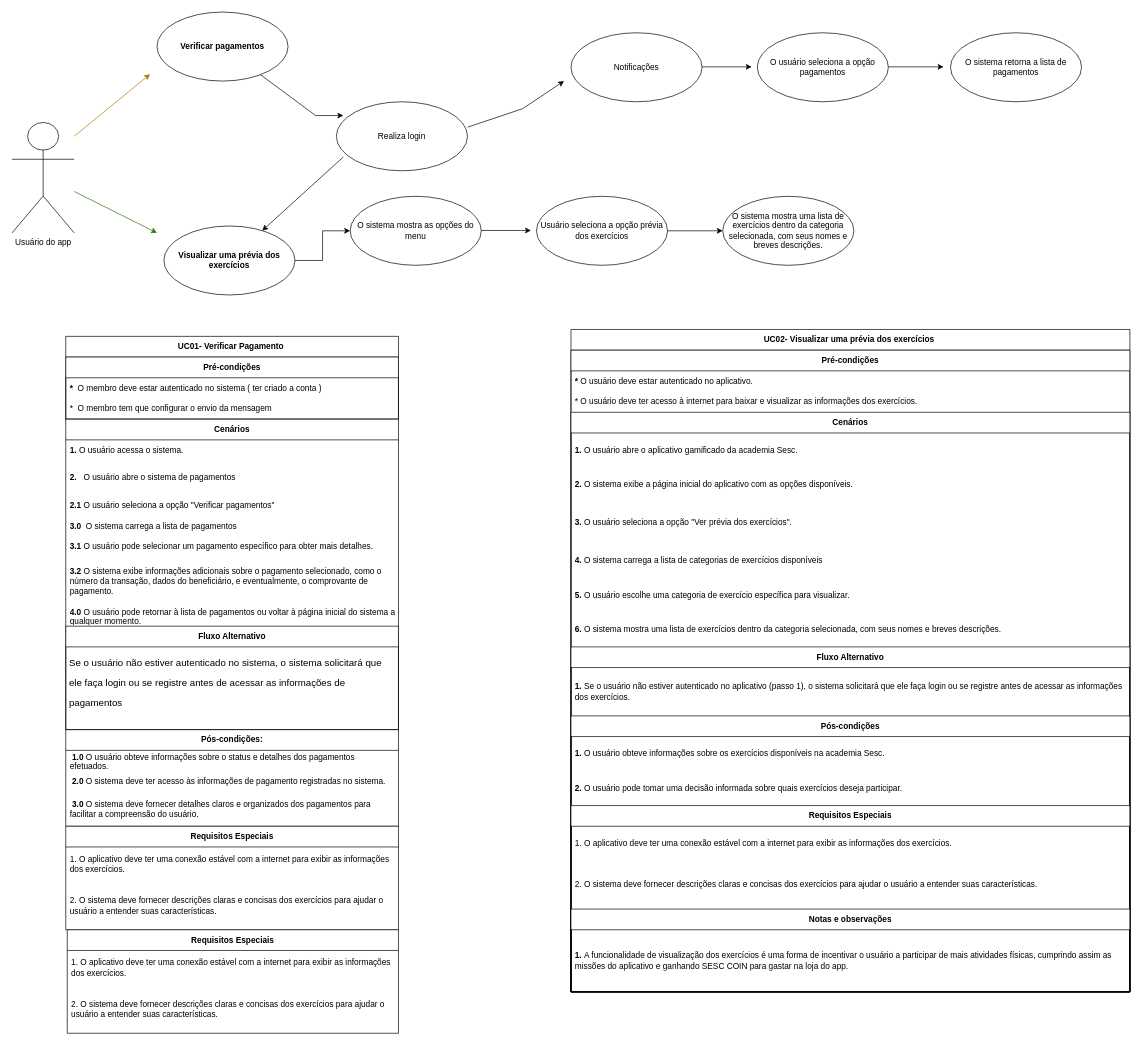
Above: Diagrama sem nome.drawio in AndyPdN/cadastro_academia (draw.io), before the change. Source tidied: cells renumbered, new cells numbered last; positions are measured from the earlier drawing's top-left corner, leaving out a move shared by most shapes. Both pictures are drawn from the tidied source at 69%, with x=0, y=0 at pixel (12, 12).
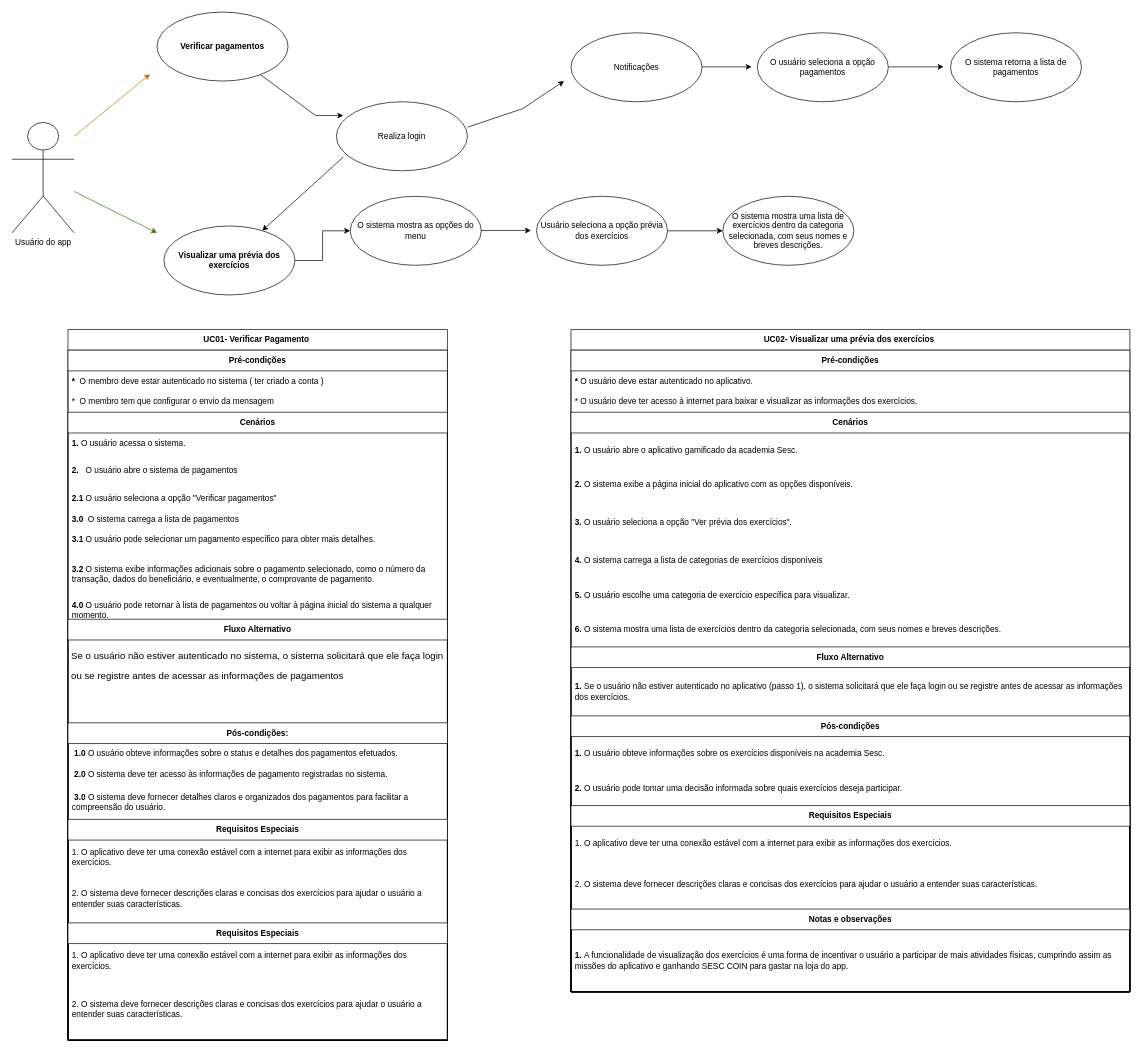
The same diagram, later.

The change refers to these unchanged cells:
```xml
<mxCell id="3" value="&lt;b&gt;Verificar pagamentos&lt;/b&gt;" style="ellipse;whiteSpace=wrap;html=1;" parent="1" vertex="1">
  <mxGeometry x="210" width="190" height="100" as="geometry" />
</mxCell>
<mxCell id="4" value="Realiza login" style="ellipse;whiteSpace=wrap;html=1;" parent="1" vertex="1">
  <mxGeometry x="470" y="130" width="190" height="100" as="geometry" />
</mxCell>
<mxCell id="9" value="O sistema mostra as opções do menu" style="ellipse;whiteSpace=wrap;html=1;" parent="1" vertex="1">
  <mxGeometry x="490" y="267" width="190" height="100" as="geometry" />
</mxCell>
```

What changed in the source:
```diff
@@
     <mxCell id="36" value="&lt;b&gt;UC01- Verificar Pagamento&amp;nbsp;&lt;/b&gt;" style="swimlane;fontStyle=0;horizontal=1;startSize=30;whiteSpace=wrap;html=1;" parent="1" vertex="1">
-      <mxGeometry x="77.8" y="470" width="482.2" height="120" as="geometry" />
+      <mxGeometry x="81" y="460" width="550" height="1030" as="geometry" />
     </mxCell>
     <mxCell id="37" value="&lt;b style=&quot;border-color: var(--border-color);&quot;&gt;Pré-condições&lt;/b&gt;" style="swimlane;fontStyle=0;horizontal=1;startSize=30;whiteSpace=wrap;html=1;align=center;" parent="36" vertex="1">
-      <mxGeometry y="30" width="482.2" height="90" as="geometry" />
+      <mxGeometry y="30" width="550" height="1000" as="geometry" />
     </mxCell>
     <mxCell id="38" value="&lt;b&gt;*&amp;nbsp; &lt;/b&gt;O membro deve estar autenticado no sistema ( ter criado a conta )" style="text;strokeColor=none;fillColor=none;align=left;verticalAlign=middle;spacingLeft=4;spacingRight=4;overflow=hidden;whiteSpace=wrap;html=1;" parent="37" vertex="1">
-      <mxGeometry y="30" width="482.2" height="30" as="geometry" />
+      <mxGeometry y="30" width="550" height="30" as="geometry" />
     </mxCell>
     <mxCell id="39" value="*&amp;nbsp; O membro tem que configurar o envio da mensagem" style="text;strokeColor=none;fillColor=none;align=left;verticalAlign=middle;spacingLeft=4;spacingRight=4;overflow=hidden;whiteSpace=wrap;html=1;" parent="37" vertex="1">
-      <mxGeometry y="60" width="482.2" height="30" as="geometry" />
+      <mxGeometry y="60" width="550" height="30" as="geometry" />
     </mxCell>
-    <mxCell id="40" style="endArrow=classic;html=1;rounded=0;entryX=0.053;entryY=0.2;entryDx=0;entryDy=0;entryPerimeter=0;" parent="1" edge="1" source="3" target="4">
-      <mxGeometry relative="1" as="geometry">
-        <Array as="points">
-          <mxPoint x="440" y="150" />
-        </Array>
-      </mxGeometry>
-    </mxCell>
-    <mxCell id="41" style="endArrow=classic;html=1;rounded=0;exitX=1.002;exitY=0.368;exitDx=0;exitDy=0;exitPerimeter=0;" parent="1" edge="1" source="4">
-      <mxGeometry relative="1" as="geometry">
-        <mxPoint x="800" y="100" as="targetPoint" />
-        <Array as="points">
-          <mxPoint x="740" y="140" />
-        </Array>
-      </mxGeometry>
-    </mxCell>
-    <mxCell id="42" value="&lt;b style=&quot;border-color: var(--border-color); text-align: left;&quot;&gt;Cenários&lt;/b&gt;" style="swimlane;fontStyle=0;horizontal=1;startSize=30;whiteSpace=wrap;html=1;" parent="1" vertex="1">
-      <mxGeometry x="77.8" y="590" width="482.2" height="450" as="geometry" />
+    <mxCell id="42" value="&lt;b style=&quot;border-color: var(--border-color); text-align: left;&quot;&gt;Cenários&lt;/b&gt;" style="swimlane;fontStyle=0;horizontal=1;startSize=30;whiteSpace=wrap;html=1;" parent="37" vertex="1">
+      <mxGeometry y="90" width="550" height="910" as="geometry" />
     </mxCell>
     <mxCell id="43" value="&lt;b&gt;1.&amp;nbsp;&lt;/b&gt;O usuário acessa o sistema." style="text;strokeColor=none;fillColor=none;align=left;verticalAlign=middle;spacingLeft=4;spacingRight=4;overflow=hidden;whiteSpace=wrap;html=1;" parent="42" vertex="1">
-      <mxGeometry y="30" width="482.2" height="30" as="geometry" />
+      <mxGeometry y="30" width="550" height="30" as="geometry" />
     </mxCell>
     <mxCell id="44" value="&lt;b&gt;2.&lt;/b&gt;&amp;nbsp; &amp;nbsp;O usuário abre o sistema de pagamentos" style="text;strokeColor=none;fillColor=none;align=left;verticalAlign=middle;spacingLeft=4;spacingRight=4;overflow=hidden;whiteSpace=wrap;html=1;" parent="42" vertex="1">
-      <mxGeometry y="60" width="482.2" height="50" as="geometry" />
+      <mxGeometry y="60" width="550" height="50" as="geometry" />
     </mxCell>
     <mxCell id="45" value="&lt;b&gt;2.1 &lt;/b&gt;O usuário seleciona a opção &quot;Verificar pagamentos&quot;" style="text;strokeColor=none;fillColor=none;align=left;verticalAlign=middle;spacingLeft=4;spacingRight=4;overflow=hidden;whiteSpace=wrap;html=1;" parent="42" vertex="1">
-      <mxGeometry y="110" width="482.2" height="30" as="geometry" />
+      <mxGeometry y="110" width="550" height="30" as="geometry" />
     </mxCell>
     <mxCell id="46" value="&lt;b&gt;3.0&amp;nbsp;&lt;/b&gt;&amp;nbsp;O sistema carrega a lista de pagamentos&amp;nbsp;" style="text;strokeColor=none;fillColor=none;align=left;verticalAlign=middle;spacingLeft=4;spacingRight=4;overflow=hidden;whiteSpace=wrap;html=1;" parent="42" vertex="1">
-      <mxGeometry y="140" width="482.2" height="30" as="geometry" />
+      <mxGeometry y="140" width="550" height="30" as="geometry" />
     </mxCell>
     <mxCell id="47" value="&lt;b&gt;3.1&amp;nbsp;&lt;/b&gt;O usuário pode selecionar um pagamento específico para obter mais detalhes." style="text;strokeColor=none;fillColor=none;align=left;verticalAlign=middle;spacingLeft=4;spacingRight=4;overflow=hidden;whiteSpace=wrap;html=1;" parent="42" vertex="1">
-      <mxGeometry y="170" width="482.2" height="30" as="geometry" />
+      <mxGeometry y="170" width="550" height="30" as="geometry" />
     </mxCell>
     <mxCell id="48" value="&lt;b&gt;3.2&lt;/b&gt;&amp;nbsp;O sistema exibe informações adicionais sobre o pagamento selecionado, como o número da transação, dados do beneficiário, e eventualmente, o comprovante de pagamento." style="text;strokeColor=none;fillColor=none;align=left;verticalAlign=middle;spacingLeft=4;spacingRight=4;overflow=hidden;whiteSpace=wrap;html=1;" parent="42" vertex="1">
-      <mxGeometry y="200" width="482.2" height="70" as="geometry" />
+      <mxGeometry y="200" width="550" height="70" as="geometry" />
     </mxCell>
     <mxCell id="49" value="&lt;b&gt;4.0&amp;nbsp;&lt;/b&gt;O usuário pode retornar à lista de pagamentos ou voltar à página inicial do sistema a qualquer momento." style="text;strokeColor=none;fillColor=none;align=left;verticalAlign=middle;spacingLeft=4;spacingRight=4;overflow=hidden;whiteSpace=wrap;html=1;" parent="42" vertex="1">
-      <mxGeometry y="270" width="482.2" height="30" as="geometry" />
+      <mxGeometry y="270" width="550" height="30" as="geometry" />
     </mxCell>
     <mxCell id="50" value="&lt;b&gt;Fluxo Alternativo&lt;/b&gt;" style="swimlane;fontStyle=0;horizontal=1;startSize=30;whiteSpace=wrap;html=1;" parent="42" vertex="1">
-      <mxGeometry y="300" width="482.2" height="150" as="geometry" />
+      <mxGeometry y="300" width="550" height="610" as="geometry" />
     </mxCell>
     <mxCell id="51" value="&lt;h1&gt;&lt;span style=&quot;font-weight: normal;&quot;&gt;&lt;font style=&quot;font-size: 14px;&quot;&gt;Se o usuário não estiver autenticado no sistema, o sistema solicitará que ele faça login ou se registre antes de acessar as informações de pagamentos&lt;/font&gt;&lt;/span&gt;&lt;br&gt;&lt;/h1&gt;" style="text;html=1;strokeColor=none;fillColor=none;spacing=5;spacingTop=-20;whiteSpace=wrap;overflow=hidden;rounded=0;" parent="50" vertex="1">
-      <mxGeometry y="30" width="482.2" height="120" as="geometry" />
+      <mxGeometry y="30" width="550" height="120" as="geometry" />
     </mxCell>
-    <mxCell id="52" style="edgeStyle=orthogonalEdgeStyle;rounded=0;jettySize=auto;html=1;" parent="1" edge="1" source="55" target="9">
-      <mxGeometry relative="1" as="geometry" />
-    </mxCell>
-    <mxCell id="53" style="edgeStyle=orthogonalEdgeStyle;rounded=0;orthogonalLoop=1;jettySize=auto;html=1;" parent="1" edge="1">
-      <mxGeometry relative="1" as="geometry">
-        <mxPoint x="680" y="316.5" as="sourcePoint" />
-        <mxPoint x="752" y="316.5" as="targetPoint" />
-      </mxGeometry>
-    </mxCell>
-    <mxCell id="54" style="edgeStyle=orthogonalEdgeStyle;rounded=0;orthogonalLoop=1;jettySize=auto;html=1;" parent="1" edge="1">
-      <mxGeometry relative="1" as="geometry">
-        <mxPoint x="1000" y="79.4" as="sourcePoint" />
-        <mxPoint x="1072" y="79.4" as="targetPoint" />
-      </mxGeometry>
-    </mxCell>
-    <mxCell id="55" value="&lt;b style=&quot;border-color: var(--border-color);&quot;&gt;Visualizar uma prévia dos exercícios&lt;/b&gt;" style="ellipse;whiteSpace=wrap;html=1;" parent="1" vertex="1">
-      <mxGeometry x="220" y="310" width="190" height="100" as="geometry" />
-    </mxCell>
-    <mxCell id="56" style="endArrow=classic;html=1;rounded=0;exitX=0.053;exitY=0.8;exitDx=0;exitDy=0;exitPerimeter=0;" parent="1" edge="1" source="4" target="55">
-      <mxGeometry relative="1" as="geometry" />
-    </mxCell>
-    <mxCell id="57" value="&lt;b&gt;Pós-condições:&lt;/b&gt;" style="swimlane;fontStyle=0;horizontal=1;startSize=30;whiteSpace=wrap;html=1;" parent="1" vertex="1">
-      <mxGeometry x="77.8" y="1040" width="482.2" height="140" as="geometry" />
+    <mxCell id="57" value="&lt;b&gt;Pós-condições:&lt;/b&gt;" style="swimlane;fontStyle=0;horizontal=1;startSize=30;whiteSpace=wrap;html=1;" parent="50" vertex="1">
+      <mxGeometry y="150" width="550" height="460" as="geometry" />
     </mxCell>
     <mxCell id="58" value="&amp;nbsp;&lt;b&gt;1.0 &lt;/b&gt;O usuário obteve informações sobre o status e detalhes dos pagamentos efetuados." style="text;strokeColor=none;fillColor=none;align=left;verticalAlign=middle;spacingLeft=4;spacingRight=4;overflow=hidden;whiteSpace=wrap;html=1;" parent="57" vertex="1">
-      <mxGeometry y="30" width="482.2" height="30" as="geometry" />
+      <mxGeometry y="30" width="550" height="30" as="geometry" />
     </mxCell>
     <mxCell id="59" value="&amp;nbsp;&lt;b&gt;2.0 &lt;/b&gt;O sistema deve ter acesso às informações de pagamento registradas no sistema." style="text;strokeColor=none;fillColor=none;align=left;verticalAlign=middle;spacingLeft=4;spacingRight=4;overflow=hidden;whiteSpace=wrap;html=1;" parent="57" vertex="1">
-      <mxGeometry y="60" width="482.2" height="30" as="geometry" />
+      <mxGeometry y="60" width="550" height="30" as="geometry" />
     </mxCell>
     <mxCell id="60" value="&amp;nbsp;&lt;b&gt;3.0 &lt;/b&gt;O sistema deve fornecer detalhes claros e organizados dos pagamentos para facilitar a compreensão do usuário." style="text;strokeColor=none;fillColor=none;align=left;verticalAlign=middle;spacingLeft=4;spacingRight=4;overflow=hidden;whiteSpace=wrap;html=1;" parent="57" vertex="1">
-      <mxGeometry y="90" width="482.2" height="50" as="geometry" />
+      <mxGeometry y="90" width="550" height="50" as="geometry" />
     </mxCell>
-    <mxCell id="61" value="&lt;b&gt;Requisitos Especiais&lt;/b&gt;" style="swimlane;fontStyle=0;horizontal=1;startSize=30;whiteSpace=wrap;html=1;" parent="1" vertex="1">
-      <mxGeometry x="77.8" y="1180" width="482.2" height="150" as="geometry" />
+    <mxCell id="61" value="&lt;b&gt;Requisitos Especiais&lt;/b&gt;" style="swimlane;fontStyle=0;horizontal=1;startSize=30;whiteSpace=wrap;html=1;" parent="57" vertex="1">
+      <mxGeometry y="140" width="550" height="320" as="geometry" />
     </mxCell>
     <mxCell id="62" value="1.&amp;nbsp;O aplicativo deve ter uma conexão estável com a internet para exibir as informações dos exercícios." style="text;strokeColor=none;fillColor=none;align=left;verticalAlign=middle;spacingLeft=4;spacingRight=4;overflow=hidden;points=[[0,0.5],[1,0.5]];portConstraint=eastwest;whiteSpace=wrap;html=1;" parent="61" vertex="1">
-      <mxGeometry y="30" width="482.2" height="50" as="geometry" />
+      <mxGeometry y="30" width="550" height="50" as="geometry" />
     </mxCell>
     <mxCell id="63" value="2.&amp;nbsp;O sistema deve fornecer descrições claras e concisas dos exercícios para ajudar o usuário a entender suas características." style="text;strokeColor=none;fillColor=none;align=left;verticalAlign=middle;spacingLeft=4;spacingRight=4;overflow=hidden;whiteSpace=wrap;html=1;" parent="61" vertex="1">
-      <mxGeometry y="80" width="482.2" height="70" as="geometry" />
+      <mxGeometry y="80" width="550" height="70" as="geometry" />
     </mxCell>
@@
-    <mxCell id="65" value="&lt;b&gt;Requisitos Especiais&lt;/b&gt;" style="swimlane;fontStyle=0;horizontal=1;startSize=30;whiteSpace=wrap;html=1;" parent="1" vertex="1">
-      <mxGeometry x="80" y="1330" width="480" height="150" as="geometry" />
+    <mxCell id="65" value="&lt;b&gt;Requisitos Especiais&lt;/b&gt;" style="swimlane;fontStyle=0;horizontal=1;startSize=30;whiteSpace=wrap;html=1;" parent="61" vertex="1">
+      <mxGeometry y="150" width="550" height="170" as="geometry" />
     </mxCell>
     <mxCell id="66" value="1.&amp;nbsp;O aplicativo deve ter uma conexão estável com a internet para exibir as informações dos exercícios." style="text;strokeColor=none;fillColor=none;align=left;verticalAlign=middle;spacingLeft=4;spacingRight=4;overflow=hidden;whiteSpace=wrap;html=1;" parent="65" vertex="1">
-      <mxGeometry y="30" width="480" height="50" as="geometry" />
+      <mxGeometry y="30" width="550" height="50" as="geometry" />
     </mxCell>
     <mxCell id="67" value="2.&amp;nbsp;O sistema deve fornecer descrições claras e concisas dos exercícios para ajudar o usuário a entender suas características." style="text;strokeColor=none;fillColor=none;align=left;verticalAlign=middle;spacingLeft=4;spacingRight=4;overflow=hidden;whiteSpace=wrap;html=1;" parent="65" vertex="1">
-      <mxGeometry y="80" width="480" height="70" as="geometry" />
+      <mxGeometry y="80" width="550" height="90" as="geometry" />
     </mxCell>
+    <mxCell id="40" style="endArrow=classic;html=1;rounded=0;entryX=0.053;entryY=0.2;entryDx=0;entryDy=0;entryPerimeter=0;" parent="1" edge="1" source="3" target="4">
+      <mxGeometry relative="1" as="geometry">
+        <Array as="points">
+          <mxPoint x="440" y="150" />
+        </Array>
+      </mxGeometry>
+    </mxCell>
+    <mxCell id="41" style="endArrow=classic;html=1;rounded=0;exitX=1.002;exitY=0.368;exitDx=0;exitDy=0;exitPerimeter=0;" parent="1" edge="1" source="4">
+      <mxGeometry relative="1" as="geometry">
+        <mxPoint x="800" y="100" as="targetPoint" />
+        <Array as="points">
+          <mxPoint x="740" y="140" />
+        </Array>
+      </mxGeometry>
+    </mxCell>
+    <mxCell id="52" style="edgeStyle=orthogonalEdgeStyle;rounded=0;jettySize=auto;html=1;" parent="1" edge="1" source="55" target="9">
+      <mxGeometry relative="1" as="geometry" />
+    </mxCell>
+    <mxCell id="53" style="edgeStyle=orthogonalEdgeStyle;rounded=0;orthogonalLoop=1;jettySize=auto;html=1;" parent="1" edge="1">
+      <mxGeometry relative="1" as="geometry">
+        <mxPoint x="680" y="316.5" as="sourcePoint" />
+        <mxPoint x="752" y="316.5" as="targetPoint" />
+      </mxGeometry>
+    </mxCell>
+    <mxCell id="54" style="edgeStyle=orthogonalEdgeStyle;rounded=0;orthogonalLoop=1;jettySize=auto;html=1;" parent="1" edge="1">
+      <mxGeometry relative="1" as="geometry">
+        <mxPoint x="1000" y="79.4" as="sourcePoint" />
+        <mxPoint x="1072" y="79.4" as="targetPoint" />
+      </mxGeometry>
+    </mxCell>
+    <mxCell id="55" value="&lt;b style=&quot;border-color: var(--border-color);&quot;&gt;Visualizar uma prévia dos exercícios&lt;/b&gt;" style="ellipse;whiteSpace=wrap;html=1;" parent="1" vertex="1">
+      <mxGeometry x="220" y="310" width="190" height="100" as="geometry" />
+    </mxCell>
+    <mxCell id="56" style="endArrow=classic;html=1;rounded=0;exitX=0.053;exitY=0.8;exitDx=0;exitDy=0;exitPerimeter=0;" parent="1" edge="1" source="4" target="55">
+      <mxGeometry relative="1" as="geometry" />
+    </mxCell>
```
